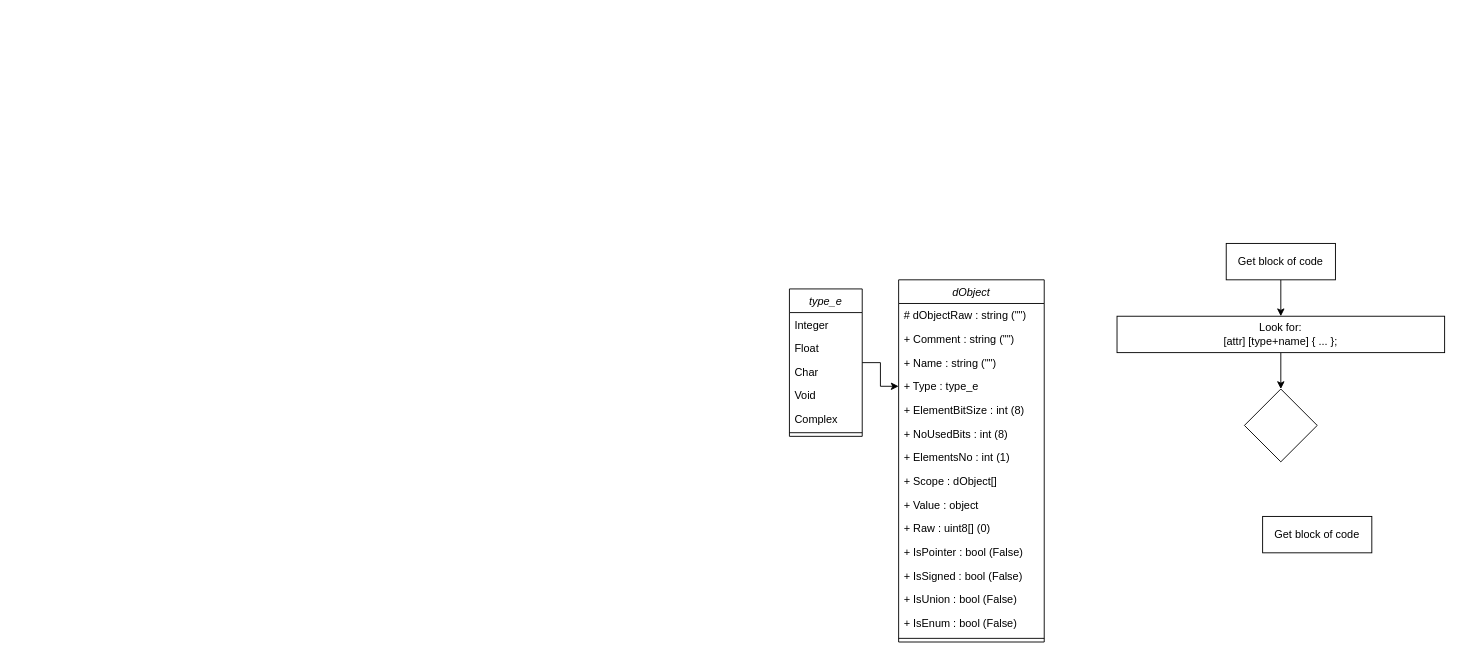
AdamS-0/decoder keeps this draw.io diagram as class_diagram.drawio. Above is the earlier version. Source tidied: cells renumbered, new cells numbered last; positions are measured from the earlier drawing's top-left corner, leaving out a move shared by most shapes. Both pictures are drawn from the tidied source at 91%, with x=0, y=0 at pixel (789, 243).
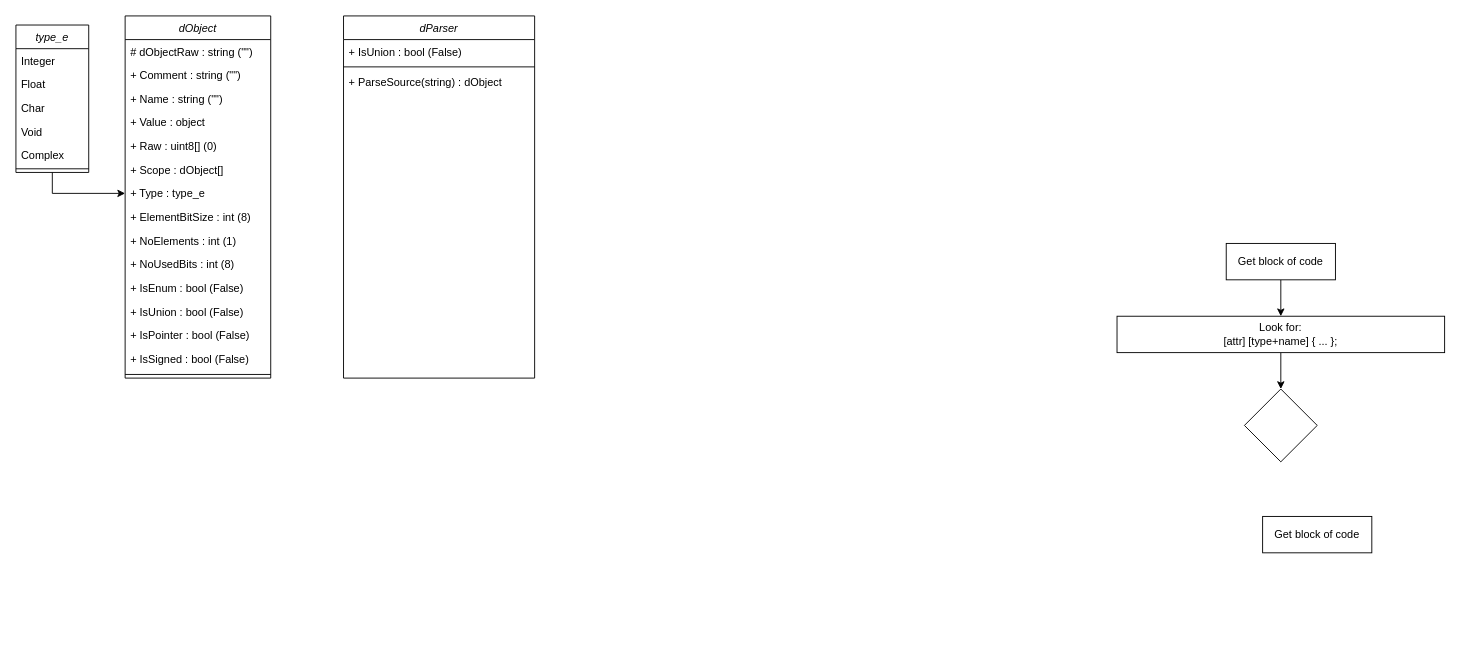
Above is the later version.

Change to the diagram source:
```diff
@@
     <mxCell id="2" value="dObject" style="swimlane;fontStyle=2;align=center;verticalAlign=top;horizontal=1;startSize=26;rounded=0;shadow=0;strokeWidth=1;" parent="1" vertex="1">
-      <mxGeometry x="120" y="40" width="160" height="398" as="geometry" />
+      <mxGeometry x="-730" y="-250" width="160" height="398" as="geometry" />
     </mxCell>
@@
+    <mxCell id="11" value="+ Value : object" style="text;align=left;verticalAlign=top;spacingLeft=4;spacingRight=4;overflow=hidden;rounded=0;shadow=0;html=0;" parent="2" vertex="1">
+      <mxGeometry y="104" width="160" height="26" as="geometry" />
+    </mxCell>
+    <mxCell id="12" value="+ Raw : uint8[] (0)" style="text;align=left;verticalAlign=top;spacingLeft=4;spacingRight=4;overflow=hidden;rounded=0;shadow=0;html=0;" parent="2" vertex="1">
+      <mxGeometry y="130" width="160" height="26" as="geometry" />
+    </mxCell>
+    <mxCell id="10" value="+ Scope : dObject[]" style="text;align=left;verticalAlign=top;spacingLeft=4;spacingRight=4;overflow=hidden;rounded=0;shadow=0;html=0;" parent="2" vertex="1">
+      <mxGeometry y="156" width="160" height="26" as="geometry" />
+    </mxCell>
     <mxCell id="6" value="+ Type : type_e" style="text;align=left;verticalAlign=top;spacingLeft=4;spacingRight=4;overflow=hidden;points=[[0,0.5],[1,0.5]];portConstraint=eastwest;rounded=0;shadow=0;html=0;" parent="2" vertex="1">
-      <mxGeometry y="104" width="160" height="26" as="geometry" />
+      <mxGeometry y="182" width="160" height="26" as="geometry" />
     </mxCell>
     <mxCell id="7" value="+ ElementBitSize : int (8)" style="text;align=left;verticalAlign=top;spacingLeft=4;spacingRight=4;overflow=hidden;rounded=0;shadow=0;html=0;" parent="2" vertex="1">
-      <mxGeometry y="130" width="160" height="26" as="geometry" />
+      <mxGeometry y="208" width="160" height="26" as="geometry" />
     </mxCell>
+    <mxCell id="9" value="+ NoElements : int (1)" style="text;align=left;verticalAlign=top;spacingLeft=4;spacingRight=4;overflow=hidden;rounded=0;shadow=0;html=0;" parent="2" vertex="1">
+      <mxGeometry y="234" width="160" height="26" as="geometry" />
+    </mxCell>
     <mxCell id="8" value="+ NoUsedBits : int (8)" style="text;align=left;verticalAlign=top;spacingLeft=4;spacingRight=4;overflow=hidden;rounded=0;shadow=0;html=0;" parent="2" vertex="1">
-      <mxGeometry y="156" width="160" height="26" as="geometry" />
+      <mxGeometry y="260" width="160" height="26" as="geometry" />
     </mxCell>
-    <mxCell id="9" value="+ ElementsNo : int (1)" style="text;align=left;verticalAlign=top;spacingLeft=4;spacingRight=4;overflow=hidden;rounded=0;shadow=0;html=0;" parent="2" vertex="1">
-      <mxGeometry y="182" width="160" height="26" as="geometry" />
-    </mxCell>
-    <mxCell id="10" value="+ Scope : dObject[]" style="text;align=left;verticalAlign=top;spacingLeft=4;spacingRight=4;overflow=hidden;rounded=0;shadow=0;html=0;" parent="2" vertex="1">
-      <mxGeometry y="208" width="160" height="26" as="geometry" />
-    </mxCell>
-    <mxCell id="11" value="+ Value : object" style="text;align=left;verticalAlign=top;spacingLeft=4;spacingRight=4;overflow=hidden;rounded=0;shadow=0;html=0;" parent="2" vertex="1">
-      <mxGeometry y="234" width="160" height="26" as="geometry" />
-    </mxCell>
-    <mxCell id="12" value="+ Raw : uint8[] (0)" style="text;align=left;verticalAlign=top;spacingLeft=4;spacingRight=4;overflow=hidden;rounded=0;shadow=0;html=0;" parent="2" vertex="1">
-      <mxGeometry y="260" width="160" height="26" as="geometry" />
-    </mxCell>
+    <mxCell id="16" value="+ IsEnum : bool (False)" style="text;align=left;verticalAlign=top;spacingLeft=4;spacingRight=4;overflow=hidden;rounded=0;shadow=0;html=0;" parent="2" vertex="1">
+      <mxGeometry y="286" width="160" height="26" as="geometry" />
+    </mxCell>
+    <mxCell id="15" value="+ IsUnion : bool (False)" style="text;align=left;verticalAlign=top;spacingLeft=4;spacingRight=4;overflow=hidden;rounded=0;shadow=0;html=0;" parent="2" vertex="1">
+      <mxGeometry y="312" width="160" height="26" as="geometry" />
+    </mxCell>
     <mxCell id="13" value="+ IsPointer : bool (False)" style="text;align=left;verticalAlign=top;spacingLeft=4;spacingRight=4;overflow=hidden;rounded=0;shadow=0;html=0;" parent="2" vertex="1">
-      <mxGeometry y="286" width="160" height="26" as="geometry" />
+      <mxGeometry y="338" width="160" height="26" as="geometry" />
     </mxCell>
     <mxCell id="14" value="+ IsSigned : bool (False)" style="text;align=left;verticalAlign=top;spacingLeft=4;spacingRight=4;overflow=hidden;rounded=0;shadow=0;html=0;" parent="2" vertex="1">
-      <mxGeometry y="312" width="160" height="26" as="geometry" />
+      <mxGeometry y="364" width="160" height="26" as="geometry" />
     </mxCell>
-    <mxCell id="15" value="+ IsUnion : bool (False)" style="text;align=left;verticalAlign=top;spacingLeft=4;spacingRight=4;overflow=hidden;rounded=0;shadow=0;html=0;" parent="2" vertex="1">
-      <mxGeometry y="338" width="160" height="26" as="geometry" />
-    </mxCell>
-    <mxCell id="16" value="+ IsEnum : bool (False)" style="text;align=left;verticalAlign=top;spacingLeft=4;spacingRight=4;overflow=hidden;rounded=0;shadow=0;html=0;" parent="2" vertex="1">
-      <mxGeometry y="364" width="160" height="26" as="geometry" />
-    </mxCell>
@@
     <mxCell id="19" value="type_e" style="swimlane;fontStyle=2;align=center;verticalAlign=top;horizontal=1;startSize=26;rounded=0;shadow=0;strokeWidth=1;" parent="1" vertex="1">
-      <mxGeometry y="50" width="80" height="162" as="geometry" />
+      <mxGeometry x="-850" y="-240" width="80" height="162" as="geometry" />
     </mxCell>
@@
+    <mxCell id="32" value="dParser" style="swimlane;fontStyle=2;align=center;verticalAlign=top;horizontal=1;startSize=26;rounded=0;shadow=0;strokeWidth=1;" parent="1" vertex="1">
+      <mxGeometry x="-490" y="-250" width="210" height="398" as="geometry" />
+    </mxCell>
+    <mxCell id="33" value="+ IsUnion : bool (False)" style="text;align=left;verticalAlign=top;spacingLeft=4;spacingRight=4;overflow=hidden;rounded=0;shadow=0;html=0;" parent="32" vertex="1">
+      <mxGeometry y="26" width="210" height="26" as="geometry" />
+    </mxCell>
+    <mxCell id="34" style="line;html=1;strokeWidth=1;align=left;verticalAlign=middle;spacingTop=-1;spacingLeft=3;spacingRight=3;labelPosition=right;" parent="32" vertex="1">
+      <mxGeometry y="52" width="210" height="8" as="geometry" />
+    </mxCell>
+    <mxCell id="35" value="+ ParseSource(string) : dObject" style="text;align=left;verticalAlign=top;spacingLeft=4;spacingRight=4;overflow=hidden;rounded=0;shadow=0;html=0;" parent="32" vertex="1">
+      <mxGeometry y="60" width="210" height="26" as="geometry" />
+    </mxCell>
```
